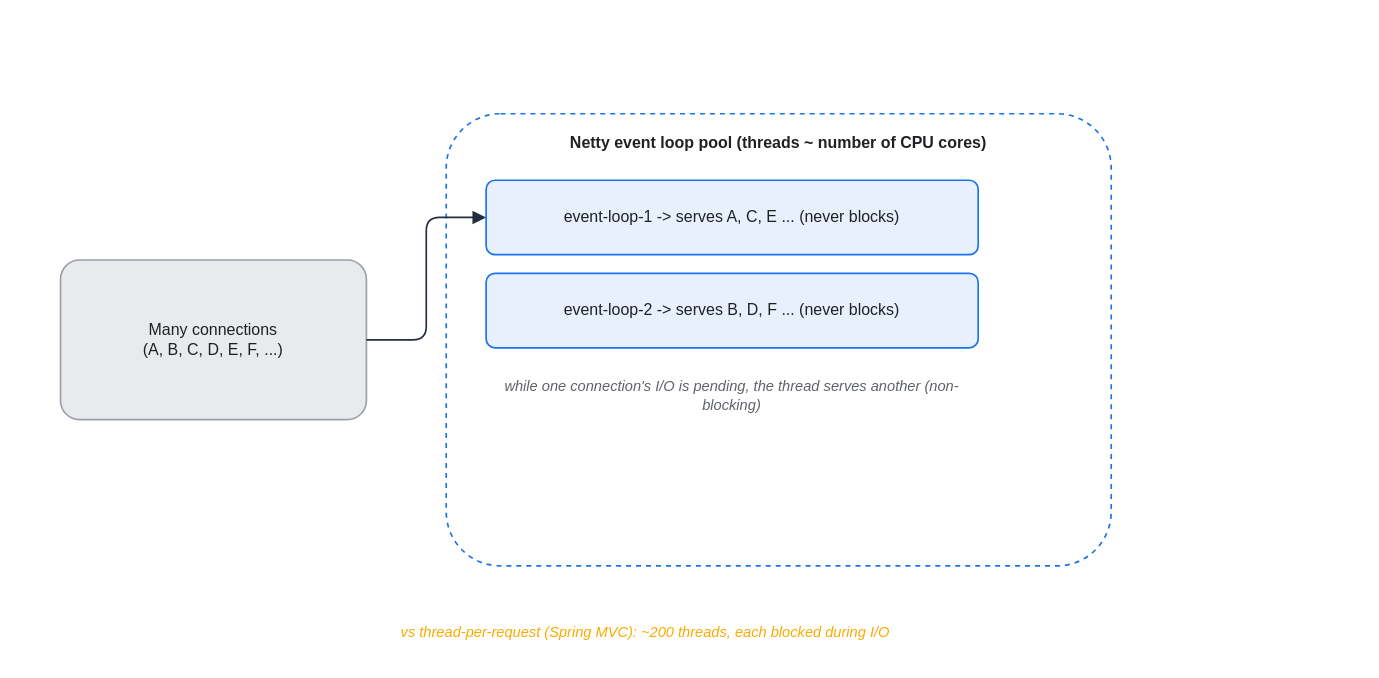
The draw.io diagram assets/img/spring/spring-11-webflux-event-loop.drawio in KKamJi98/kkamji98.github.io, before the edit. Source tidied: cells renumbered, new cells numbered last; positions are measured from the earlier drawing's top-left corner, leaving out a move shared by most shapes. Both pictures are drawn from the tidied source at 133%, with x=0, y=0 at pixel (60, 113).
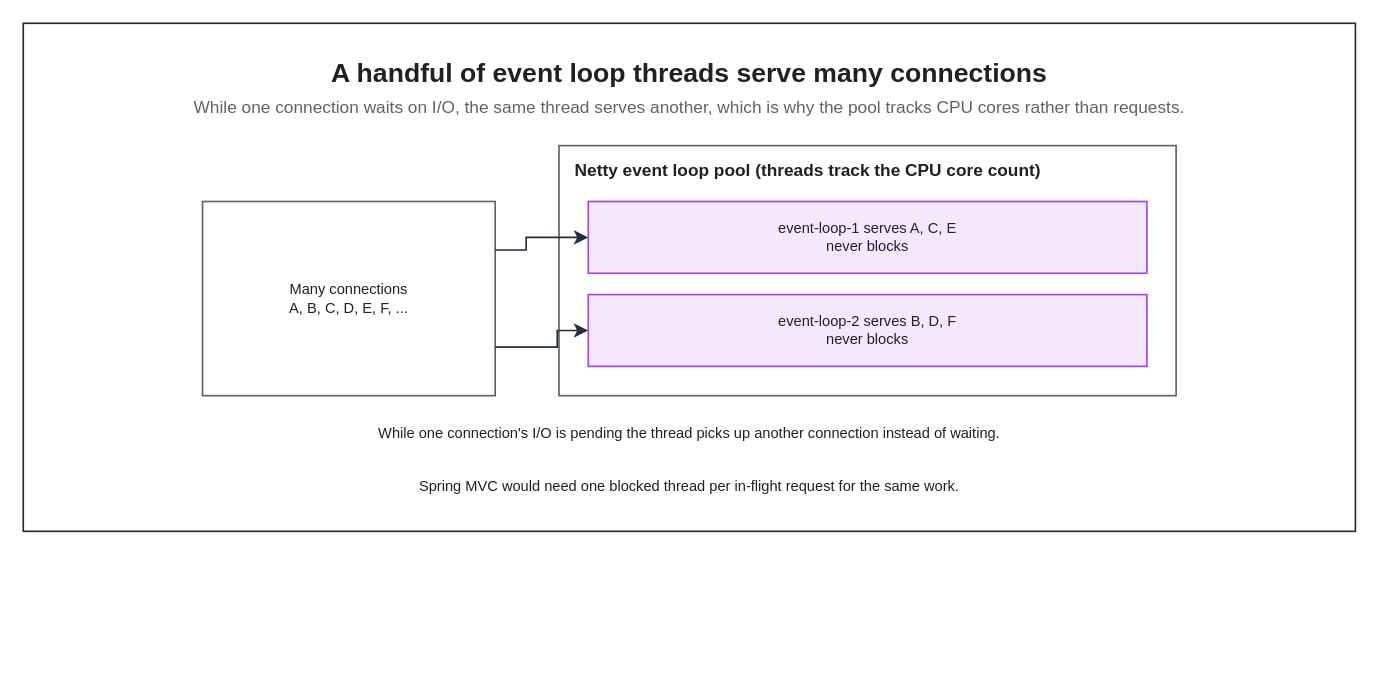
After the change.

Change to the diagram source:
```diff
@@
 <mxGraphModel background="#FFFFFF">
   <root>
     <mxCell id="0" />
     <mxCell id="1" parent="0" />
+    <mxCell id="9" style="rounded=0;html=0;fillColor=none;strokeColor=#232F3E;fontColor=#202124;strokeWidth=1.25;" parent="1" vertex="1">
+      <mxGeometry x="-28" y="-68" width="1001.6" height="382" as="geometry" />
+    </mxCell>
+    <mxCell id="10" value="A handful of event loop threads serve many connections" style="text;html=0;whiteSpace=wrap;fillColor=none;strokeColor=none;fontColor=#202124;fontSize=20;fontStyle=1;align=center;verticalAlign=middle;" parent="1" vertex="1">
+      <mxGeometry x="-6" y="-46" width="957.6" height="30" as="geometry" />
+    </mxCell>
+    <mxCell id="11" value="While one connection waits on I/O, the same thread serves another, which is why the pool tracks CPU cores rather than requests." style="text;html=0;whiteSpace=wrap;fillColor=none;strokeColor=none;fontColor=#5F6368;fontSize=13;fontStyle=0;align=center;verticalAlign=middle;" parent="1" vertex="1">
+      <mxGeometry x="-6" y="-16" width="957.6" height="22" as="geometry" />
+    </mxCell>
+    <mxCell id="3" value="Netty event loop pool (threads track the CPU core count)" style="rounded=0;whiteSpace=wrap;html=0;fillColor=none;strokeColor=#5F6368;fontColor=#202124;fontSize=13;fontStyle=1;align=left;verticalAlign=top;spacingLeft=10;spacingTop=4;strokeWidth=1.25;dashed=0;" parent="1" vertex="1">
+      <mxGeometry x="374.8" y="24" width="464" height="188" as="geometry" />
+    </mxCell>
-    <mxCell id="2" value="Many connections&#10;(A, B, C, D, E, F, ...)" style="rounded=1;whiteSpace=wrap;html=0;arcSize=12;shadow=0;fillColor=#E8EAED;strokeColor=#9AA0A6;fontColor=#202124;strokeWidth=1.25;" parent="1" vertex="1">
-      <mxGeometry y="110" width="230" height="120" as="geometry" />
+    <mxCell id="2" value="Many connections&#10;A, B, C, D, E, F, ..." style="rounded=0;whiteSpace=wrap;html=0;fillColor=#FFFFFF;strokeColor=#5F6368;fontColor=#202124;fontSize=11;fontStyle=0;align=center;verticalAlign=middle;spacingLeft=6;spacingRight=6;strokeWidth=1.25;" parent="1" vertex="1">
+      <mxGeometry x="106.8" y="66" width="220" height="146" as="geometry" />
     </mxCell>
-    <mxCell id="3" value="Netty event loop pool (threads ~ number of CPU cores)" style="rounded=1;whiteSpace=wrap;html=0;arcSize=12;shadow=0;fillColor=#FFFFFF;strokeColor=#1A73E8;fontColor=#202124;fontStyle=1;verticalAlign=top;align=center;dashed=1;spacingTop=8;strokeWidth=1.25;" parent="1" vertex="1">
-      <mxGeometry x="290" width="500" height="340" as="geometry" />
-    </mxCell>
-    <mxCell id="4" value="event-loop-1  -&gt;  serves A, C, E ...  (never blocks)" style="rounded=1;whiteSpace=wrap;html=0;arcSize=12;shadow=0;fillColor=#E8F0FE;strokeColor=#1A73E8;fontColor=#202124;strokeWidth=1.25;" parent="1" vertex="1">
-      <mxGeometry x="320" y="50" width="370" height="56" as="geometry" />
+    <mxCell id="4" value="event-loop-1 serves A, C, E&#10;never blocks" style="rounded=0;whiteSpace=wrap;html=0;fillColor=#F3E8FD;strokeColor=#A142F4;fontColor=#202124;fontSize=11;fontStyle=0;align=center;verticalAlign=middle;spacingLeft=6;spacingRight=6;strokeWidth=1.25;" parent="1" vertex="1">
+      <mxGeometry x="396.8" y="66" width="420" height="54" as="geometry" />
     </mxCell>
-    <mxCell id="5" value="event-loop-2  -&gt;  serves B, D, F ...  (never blocks)" style="rounded=1;whiteSpace=wrap;html=0;arcSize=12;shadow=0;fillColor=#E8F0FE;strokeColor=#1A73E8;fontColor=#202124;strokeWidth=1.25;" parent="1" vertex="1">
-      <mxGeometry x="320" y="120" width="370" height="56" as="geometry" />
+    <mxCell id="5" value="event-loop-2 serves B, D, F&#10;never blocks" style="rounded=0;whiteSpace=wrap;html=0;fillColor=#F3E8FD;strokeColor=#A142F4;fontColor=#202124;fontSize=11;fontStyle=0;align=center;verticalAlign=middle;spacingLeft=6;spacingRight=6;strokeWidth=1.25;" parent="1" vertex="1">
+      <mxGeometry x="396.8" y="136" width="420" height="54" as="geometry" />
     </mxCell>
-    <mxCell id="6" value="while one connection's I/O is pending, the thread serves another (non-blocking)" style="text;html=0;align=center;verticalAlign=middle;whiteSpace=wrap;fontSize=11;fontColor=#5F6368;fontStyle=2;" parent="1" vertex="1">
-      <mxGeometry x="320" y="192" width="370" height="40" as="geometry" />
+    <mxCell id="6" value="While one connection's I/O is pending the thread picks up another connection instead of waiting." style="text;html=0;whiteSpace=wrap;fillColor=none;strokeColor=none;fontColor=#202124;fontSize=11;fontStyle=0;align=center;verticalAlign=middle;" parent="1" vertex="1">
+      <mxGeometry x="106.8" y="228" width="732" height="24" as="geometry" />
     </mxCell>
-    <mxCell id="7" value="vs thread-per-request (Spring MVC): ~200 threads, each blocked during I/O" style="text;html=0;align=center;verticalAlign=middle;whiteSpace=wrap;fontSize=11;fontColor=#F9AB00;fontStyle=2;" parent="1" vertex="1">
-      <mxGeometry x="20" y="372" width="840" height="35" as="geometry" />
+    <mxCell id="7" value="Spring MVC would need one blocked thread per in-flight request for the same work." style="text;html=0;whiteSpace=wrap;fillColor=none;strokeColor=none;fontColor=#202124;fontSize=11;fontStyle=0;align=center;verticalAlign=middle;" parent="1" vertex="1">
+      <mxGeometry x="106.8" y="268" width="732" height="24" as="geometry" />
     </mxCell>
-    <mxCell id="8" style="edgeStyle=orthogonalEdgeStyle;rounded=1;html=0;fontColor=#202124;strokeColor=#232F3E;labelBackgroundColor=none;endArrow=block;exitX=1;exitY=0.5;exitDx=0;exitDy=0;entryX=0;entryY=0.5;entryDx=0;entryDy=0;strokeWidth=1.25;endSize=7;" parent="1" edge="1" source="2" target="4">
-      <mxGeometry relative="1" as="geometry" />
+    <mxCell id="8" style="edgeStyle=orthogonalEdgeStyle;rounded=0;html=0;strokeColor=#232F3E;strokeWidth=1.25;endArrow=classic;endFill=1;endSize=7;fontSize=11;fontColor=#202124;labelBackgroundColor=none;jettySize=14;exitX=1;exitY=0.25;entryX=0;entryY=0.5;exitDx=0;exitDy=0;entryDx=0;entryDy=0;" parent="1" edge="1" source="2" target="4">
+      <mxGeometry relative="1" as="geometry">
+        <Array as="points">
+          <mxPoint x="350.1" y="102.5" />
+          <mxPoint x="350.1" y="93" />
+        </Array>
+      </mxGeometry>
     </mxCell>
+    <mxCell id="12" style="edgeStyle=orthogonalEdgeStyle;rounded=0;html=0;strokeColor=#232F3E;strokeWidth=1.25;endArrow=classic;endFill=1;endSize=7;fontSize=11;fontColor=#202124;labelBackgroundColor=none;jettySize=14;exitX=1;exitY=0.75;entryX=0;entryY=0.5;exitDx=0;exitDy=0;entryDx=0;entryDy=0;" parent="1" edge="1" source="2" target="5">
+      <mxGeometry relative="1" as="geometry">
+        <Array as="points">
+          <mxPoint x="373.5" y="175.5" />
+          <mxPoint x="373.5" y="163" />
+        </Array>
+      </mxGeometry>
+    </mxCell>
   </root>
 </mxGraphModel>
```
